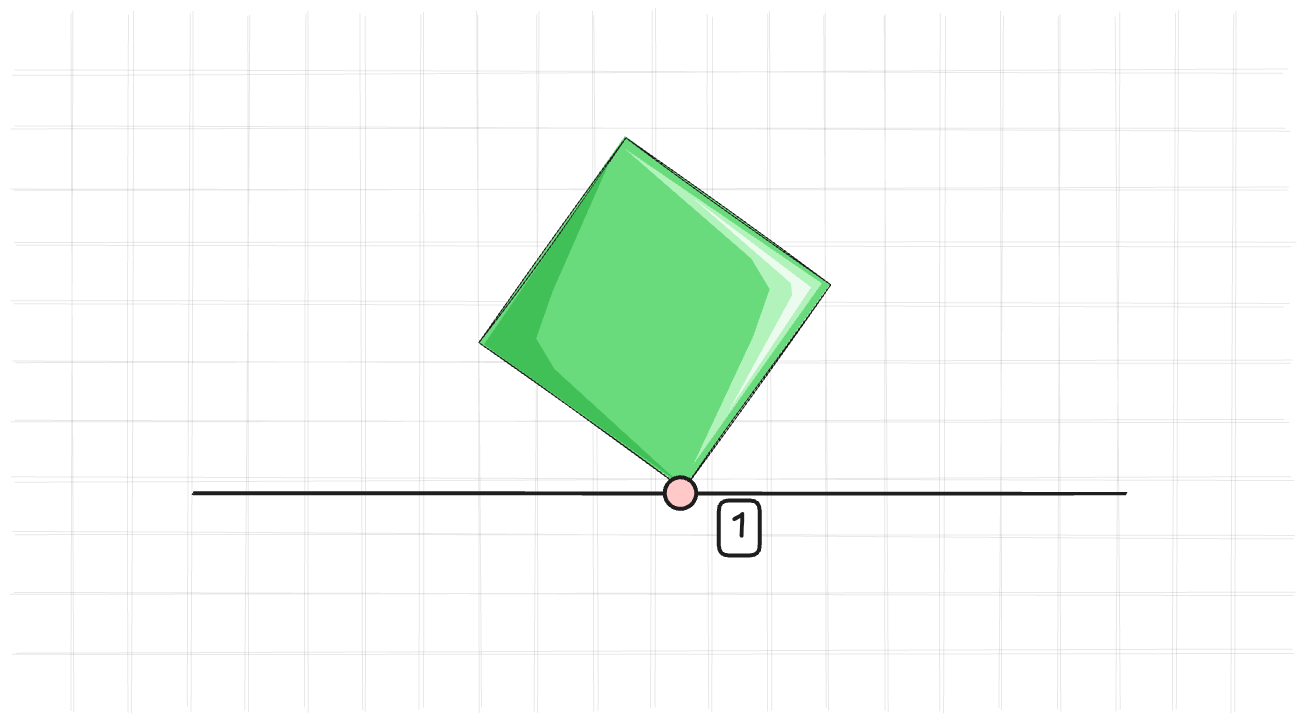
Earlier version of the Excalidraw export assets/images/constraints/sequential_impulses/cube_on_ground_1.excalidraw.png (kozakromch/game_physics_2). Source tidied: one line per element, renumbered; positions are measured from the earlier drawing's top-left corner, leaving out a move shared by most shapes. Its diagram source:
```json
{"id": 0, "type": "line", "strokeColor": "#1e1e1e", "strokeWidth": 1, "roughness": 2, "opacity": 10, "round": true, "x": 290, "y": 0, "width": 1272, "height": 0, "points": [[0, 0], [1272, 0]]}
{"id": 1, "type": "line", "strokeColor": "#1e1e1e", "strokeWidth": 1, "roughness": 2, "opacity": 10, "round": true, "x": 290, "y": 349, "width": 1272, "height": 0, "points": [[0, 0], [1272, 0]]}
{"id": 2, "type": "line", "strokeColor": "#1e1e1e", "strokeWidth": 1, "roughness": 2, "opacity": 10, "round": true, "x": 290, "y": 58, "width": 1275, "height": 0, "points": [[0, 0], [1275, 0]]}
{"id": 3, "type": "line", "strokeColor": "#1e1e1e", "strokeWidth": 1, "roughness": 2, "opacity": 10, "round": true, "x": 290, "y": 407, "width": 1280, "height": 0, "points": [[0, 0], [1280, 0]]}
{"id": 4, "type": "line", "strokeColor": "#1e1e1e", "strokeWidth": 1, "roughness": 2, "opacity": 10, "round": true, "x": 290, "y": 117, "width": 1273, "height": 0, "points": [[0, 0], [1273, 0]]}
{"id": 5, "type": "line", "strokeColor": "#1e1e1e", "strokeWidth": 1, "roughness": 2, "opacity": 10, "round": true, "x": 290, "y": 464, "width": 1278, "height": 0, "points": [[0, 0], [1278, 0]]}
{"id": 6, "type": "line", "strokeColor": "#1e1e1e", "strokeWidth": 1, "roughness": 2, "opacity": 10, "round": true, "x": 290, "y": 174, "width": 1280, "height": 0, "points": [[0, 0], [1280, 0]]}
{"id": 7, "type": "line", "strokeColor": "#1e1e1e", "strokeWidth": 1, "roughness": 2, "opacity": 10, "round": true, "x": 289, "y": 522, "width": 1282, "height": 0, "points": [[0, 0], [1282, 0]]}
{"id": 8, "type": "line", "strokeColor": "#1e1e1e", "strokeWidth": 1, "roughness": 2, "opacity": 10, "round": true, "x": 290, "y": 233, "width": 1271, "height": 0, "points": [[0, 0], [1271, 0]]}
{"id": 9, "type": "line", "strokeColor": "#1e1e1e", "strokeWidth": 1, "roughness": 2, "opacity": 10, "round": true, "x": 290, "y": 580, "width": 1279, "height": 0, "points": [[0, 0], [1279, 0]]}
{"id": 10, "type": "line", "strokeColor": "#1e1e1e", "strokeWidth": 1, "roughness": 2, "opacity": 10, "round": true, "x": 291, "y": 290, "width": 1277, "height": 0, "points": [[0, 0], [1277, 0]]}
{"id": 11, "type": "line", "strokeColor": "#1e1e1e", "angle": 1.57, "strokeWidth": 1, "roughness": 2, "opacity": 10, "round": true, "x": 581, "y": 288, "width": 696, "height": 0, "points": [[0, 0], [696, 0]]}
{"id": 12, "type": "line", "strokeColor": "#1e1e1e", "angle": 1.57, "strokeWidth": 1, "roughness": 2, "opacity": 10, "round": true, "x": 233, "y": 290, "width": 696, "height": 0, "points": [[0, 0], [696, 0]]}
{"id": 13, "type": "line", "strokeColor": "#1e1e1e", "angle": 1.57, "strokeWidth": 1, "roughness": 2, "opacity": 10, "round": true, "x": 523, "y": 290, "width": 697, "height": 0, "points": [[0, 0], [697, 0]]}
{"id": 14, "type": "line", "strokeColor": "#1e1e1e", "angle": 1.57, "strokeWidth": 1, "roughness": 2, "opacity": 10, "round": true, "x": 174, "y": 290, "width": 697, "height": 0, "points": [[0, 0], [697, 0]]}
{"id": 15, "type": "line", "strokeColor": "#1e1e1e", "angle": 1.57, "strokeWidth": 1, "roughness": 2, "opacity": 10, "round": true, "x": 465, "y": 290, "width": 697, "height": 0, "points": [[0, 0], [697, 0]]}
{"id": 16, "type": "line", "strokeColor": "#1e1e1e", "angle": 1.57, "strokeWidth": 1, "roughness": 2, "opacity": 10, "round": true, "x": 116, "y": 290, "width": 697, "height": 0, "points": [[0, 0], [697, 0]]}
{"id": 17, "type": "line", "strokeColor": "#1e1e1e", "angle": 1.57, "strokeWidth": 1, "roughness": 2, "opacity": 10, "round": true, "x": 406, "y": 290, "width": 697, "height": 0, "points": [[0, 0], [697, 0]]}
{"id": 18, "type": "line", "strokeColor": "#1e1e1e", "angle": 1.57, "strokeWidth": 1, "roughness": 2, "opacity": 10, "round": true, "x": 58, "y": 290, "width": 697, "height": 0, "points": [[0, 0], [697, 0]]}
{"id": 19, "type": "line", "strokeColor": "#1e1e1e", "angle": 1.57, "strokeWidth": 1, "roughness": 2, "opacity": 10, "round": true, "x": 349, "y": 290, "width": 697, "height": 0, "points": [[0, 0], [697, 0]]}
{"id": 20, "type": "line", "strokeColor": "#1e1e1e", "angle": 1.57, "strokeWidth": 1, "roughness": 2, "opacity": 10, "round": true, "x": 0, "y": 290, "width": 697, "height": 0, "points": [[0, 0], [697, 0]]}
{"id": 21, "type": "line", "strokeColor": "#1e1e1e", "angle": 1.57, "strokeWidth": 1, "roughness": 2, "opacity": 10, "round": true, "x": 290, "y": 290, "width": 696, "height": 0, "points": [[0, 0], [696, 0]]}
{"id": 22, "type": "line", "strokeColor": "#1e1e1e", "angle": 1.57, "strokeWidth": 1, "roughness": 2, "opacity": 10, "round": true, "x": 639, "y": 290, "width": 697, "height": 0, "points": [[0, 0], [697, 0]]}
{"id": 23, "type": "line", "strokeColor": "#1e1e1e", "angle": 1.57, "strokeWidth": 1, "roughness": 2, "opacity": 10, "round": true, "x": 929, "y": 290, "width": 696, "height": 0, "points": [[0, 0], [696, 0]]}
{"id": 24, "type": "line", "strokeColor": "#1e1e1e", "angle": 1.57, "strokeWidth": 1, "roughness": 2, "opacity": 10, "round": true, "x": 871, "y": 290, "width": 697, "height": 0, "points": [[0, 0], [697, 0]]}
{"id": 25, "type": "line", "strokeColor": "#1e1e1e", "angle": 1.57, "strokeWidth": 1, "roughness": 2, "opacity": 10, "round": true, "x": 1161, "y": 290, "width": 697, "height": 0, "points": [[0, 0], [697, 0]]}
{"id": 26, "type": "line", "strokeColor": "#1e1e1e", "angle": 1.57, "strokeWidth": 1, "roughness": 2, "opacity": 10, "round": true, "x": 813, "y": 291, "width": 697, "height": 0, "points": [[0, 0], [697, 0]]}
{"id": 27, "type": "line", "strokeColor": "#1e1e1e", "angle": 1.57, "strokeWidth": 1, "roughness": 2, "opacity": 10, "round": true, "x": 1103, "y": 290, "width": 697, "height": 0, "points": [[0, 0], [697, 0]]}
{"id": 28, "type": "line", "strokeColor": "#1e1e1e", "angle": 1.57, "strokeWidth": 1, "roughness": 2, "opacity": 10, "round": true, "x": 755, "y": 290, "width": 697, "height": 0, "points": [[0, 0], [697, 0]]}
{"id": 29, "type": "line", "strokeColor": "#1e1e1e", "angle": 1.57, "strokeWidth": 1, "roughness": 2, "opacity": 10, "round": true, "x": 1045, "y": 291, "width": 697, "height": 0, "points": [[0, 0], [697, 0]]}
{"id": 30, "type": "line", "strokeColor": "#1e1e1e", "angle": 1.57, "strokeWidth": 1, "roughness": 2, "opacity": 10, "round": true, "x": 697, "y": 290, "width": 697, "height": 0, "points": [[0, 0], [697, 0]]}
{"id": 31, "type": "line", "strokeColor": "#1e1e1e", "angle": 1.57, "strokeWidth": 1, "roughness": 2, "opacity": 10, "round": true, "x": 987, "y": 290, "width": 696, "height": 0, "points": [[0, 0], [696, 0]]}
{"id": 32, "type": "line", "strokeColor": "#1e1e1e", "strokeWidth": 2, "roughness": 1, "round": true, "x": 470, "y": 422, "width": 933, "height": 0, "points": [[0, 0], [933, 0]]}
{"id": 33, "type": "rectangle", "strokeColor": "#1e1e1e", "angle": 0.62, "backgroundColor": "#69db7c", "fillStyle": "solid", "strokeWidth": 1, "roughness": 1, "x": 805, "y": 116, "width": 252, "height": 252}
{"id": 34, "type": "rectangle", "strokeColor": "#1e1e1e", "backgroundColor": "#ffffff", "fillStyle": "solid", "strokeWidth": 4, "roughness": 0, "round": true, "x": 995, "y": 429, "width": 41, "height": 55}
{"id": 35, "type": "text", "text": "1", "strokeColor": "#1e1e1e", "backgroundColor": "#ffffff", "fillStyle": "solid", "strokeWidth": 4, "roughness": 0, "fontSize": 36, "fontFamily": 5, "textAlign": "center", "verticalAlign": "middle", "inside": 34, "x": 1008, "y": 434, "width": 15, "height": 45}
{"id": 36, "type": "line", "strokeColor": "transparent", "angle": 0.61, "backgroundColor": "#b2f2bb", "fillStyle": "solid", "strokeWidth": 4, "roughness": 0, "x": 817, "y": 126, "width": 240, "height": 222, "points": [[0, 0], [240, -2], [238, 220], [214, 81], [200, 32], [168, 18], [0, 0]]}
{"id": 37, "type": "line", "strokeColor": "transparent", "angle": 3.75, "backgroundColor": "#40c057", "fillStyle": "solid", "strokeWidth": 4, "roughness": 0, "x": 800, "y": 139, "width": 242, "height": 224, "points": [[0, 0], [241, 2], [242, 224], [215, 85], [201, 37], [169, 22], [0, 0]]}
{"id": 38, "type": "line", "strokeColor": "transparent", "angle": 0.61, "backgroundColor": "#ebfbee", "fillStyle": "solid", "strokeWidth": 4, "roughness": 0, "x": 910, "y": 155, "width": 153, "height": 154, "points": [[0, 0], [150, 6], [153, 154], [139, 23], [131, 14], [0, 0]]}
{"id": 39, "type": "ellipse", "strokeColor": "#1e1e1e", "backgroundColor": "#ffc9c9", "fillStyle": "solid", "strokeWidth": 4, "roughness": 0, "x": 941, "y": 406, "width": 32, "height": 32}
```
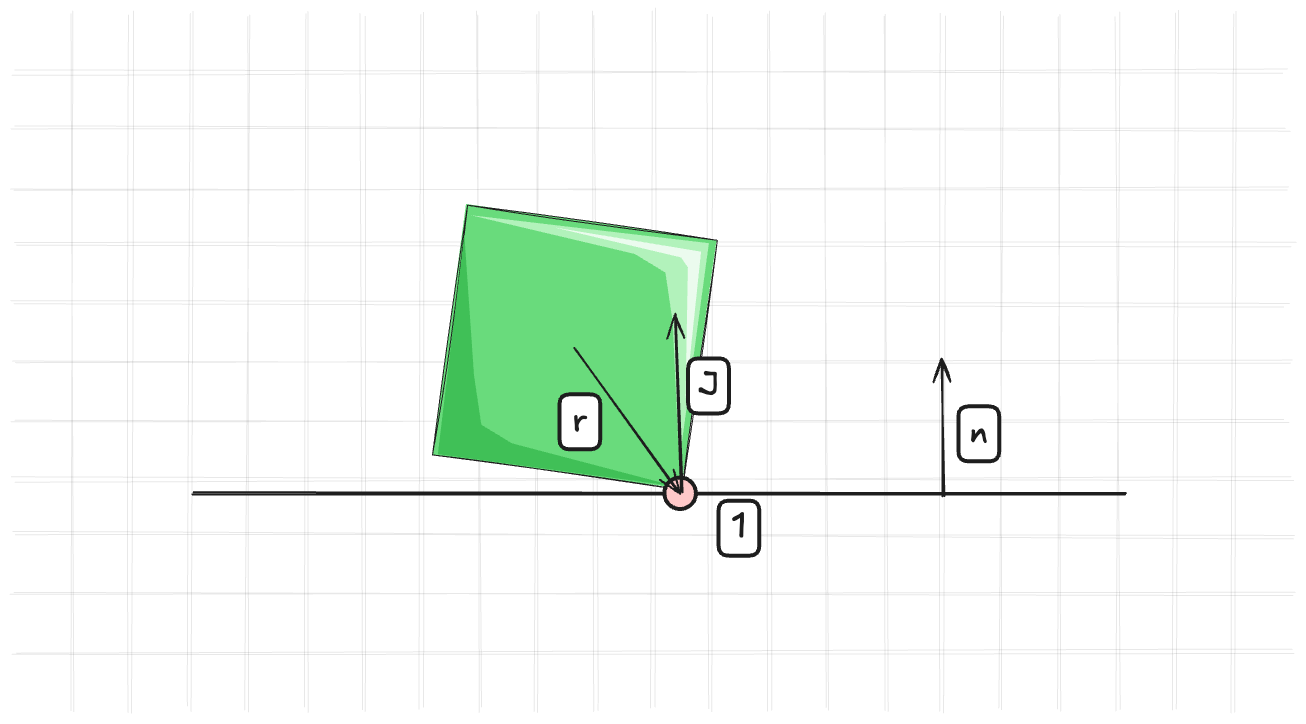
Above is the later version.

What changed in the source:
```diff
@@ -10,10 +10,10 @@
 {"id": 9, "type": "line", "strokeColor": "#1e1e1e", "strokeWidth": 1, "roughness": 2, "opacity": 10, "round": true, "x": 290, "y": 580, "width": 1279, "height": 0, "points": [[0, 0], [1279, 0]]}
 {"id": 10, "type": "line", "strokeColor": "#1e1e1e", "strokeWidth": 1, "roughness": 2, "opacity": 10, "round": true, "x": 291, "y": 290, "width": 1277, "height": 0, "points": [[0, 0], [1277, 0]]}
 {"id": 11, "type": "line", "strokeColor": "#1e1e1e", "angle": 1.57, "strokeWidth": 1, "roughness": 2, "opacity": 10, "round": true, "x": 581, "y": 288, "width": 696, "height": 0, "points": [[0, 0], [696, 0]]}
-{"id": 12, "type": "line", "strokeColor": "#1e1e1e", "angle": 1.57, "strokeWidth": 1, "roughness": 2, "opacity": 10, "round": true, "x": 233, "y": 290, "width": 696, "height": 0, "points": [[0, 0], [696, 0]]}
+{"id": 12, "type": "line", "strokeColor": "#1e1e1e", "angle": 1.57, "strokeWidth": 1, "roughness": 2, "opacity": 10, "round": true, "x": 232, "y": 290, "width": 696, "height": 0, "points": [[0, 0], [696, 0]]}
 {"id": 13, "type": "line", "strokeColor": "#1e1e1e", "angle": 1.57, "strokeWidth": 1, "roughness": 2, "opacity": 10, "round": true, "x": 523, "y": 290, "width": 697, "height": 0, "points": [[0, 0], [697, 0]]}
 {"id": 14, "type": "line", "strokeColor": "#1e1e1e", "angle": 1.57, "strokeWidth": 1, "roughness": 2, "opacity": 10, "round": true, "x": 174, "y": 290, "width": 697, "height": 0, "points": [[0, 0], [697, 0]]}
-{"id": 15, "type": "line", "strokeColor": "#1e1e1e", "angle": 1.57, "strokeWidth": 1, "roughness": 2, "opacity": 10, "round": true, "x": 465, "y": 290, "width": 697, "height": 0, "points": [[0, 0], [697, 0]]}
+{"id": 15, "type": "line", "strokeColor": "#1e1e1e", "angle": 1.57, "strokeWidth": 1, "roughness": 2, "opacity": 10, "round": true, "x": 464, "y": 290, "width": 697, "height": 0, "points": [[0, 0], [697, 0]]}
 {"id": 16, "type": "line", "strokeColor": "#1e1e1e", "angle": 1.57, "strokeWidth": 1, "roughness": 2, "opacity": 10, "round": true, "x": 116, "y": 290, "width": 697, "height": 0, "points": [[0, 0], [697, 0]]}
 {"id": 17, "type": "line", "strokeColor": "#1e1e1e", "angle": 1.57, "strokeWidth": 1, "roughness": 2, "opacity": 10, "round": true, "x": 406, "y": 290, "width": 697, "height": 0, "points": [[0, 0], [697, 0]]}
 {"id": 18, "type": "line", "strokeColor": "#1e1e1e", "angle": 1.57, "strokeWidth": 1, "roughness": 2, "opacity": 10, "round": true, "x": 58, "y": 290, "width": 697, "height": 0, "points": [[0, 0], [697, 0]]}
@@ -31,10 +31,17 @@
 {"id": 30, "type": "line", "strokeColor": "#1e1e1e", "angle": 1.57, "strokeWidth": 1, "roughness": 2, "opacity": 10, "round": true, "x": 697, "y": 290, "width": 697, "height": 0, "points": [[0, 0], [697, 0]]}
 {"id": 31, "type": "line", "strokeColor": "#1e1e1e", "angle": 1.57, "strokeWidth": 1, "roughness": 2, "opacity": 10, "round": true, "x": 987, "y": 290, "width": 696, "height": 0, "points": [[0, 0], [696, 0]]}
 {"id": 32, "type": "line", "strokeColor": "#1e1e1e", "strokeWidth": 2, "roughness": 1, "round": true, "x": 470, "y": 422, "width": 933, "height": 0, "points": [[0, 0], [933, 0]]}
-{"id": 33, "type": "rectangle", "strokeColor": "#1e1e1e", "angle": 0.62, "backgroundColor": "#69db7c", "fillStyle": "solid", "strokeWidth": 1, "roughness": 1, "x": 805, "y": 116, "width": 252, "height": 252}
+{"id": 33, "type": "rectangle", "strokeColor": "#1e1e1e", "angle": 0.14, "backgroundColor": "#69db7c", "fillStyle": "solid", "strokeWidth": 1, "roughness": 1, "x": 725, "y": 150, "width": 252, "height": 252}
-{"id": 34, "type": "rectangle", "strokeColor": "#1e1e1e", "backgroundColor": "#ffffff", "fillStyle": "solid", "strokeWidth": 4, "roughness": 0, "round": true, "x": 995, "y": 429, "width": 41, "height": 55}
-{"id": 35, "type": "text", "text": "1", "strokeColor": "#1e1e1e", "backgroundColor": "#ffffff", "fillStyle": "solid", "strokeWidth": 4, "roughness": 0, "fontSize": 36, "fontFamily": 5, "textAlign": "center", "verticalAlign": "middle", "inside": 34, "x": 1008, "y": 434, "width": 15, "height": 45}
-{"id": 36, "type": "line", "strokeColor": "transparent", "angle": 0.61, "backgroundColor": "#b2f2bb", "fillStyle": "solid", "strokeWidth": 4, "roughness": 0, "x": 817, "y": 126, "width": 240, "height": 222, "points": [[0, 0], [240, -2], [238, 220], [214, 81], [200, 32], [168, 18], [0, 0]]}
+{"id": 36, "type": "line", "strokeColor": "transparent", "angle": 0.13, "backgroundColor": "#b2f2bb", "fillStyle": "solid", "strokeWidth": 4, "roughness": 0, "x": 732, "y": 158, "width": 240, "height": 222, "points": [[0, 0], [240, -2], [238, 220], [214, 81], [200, 32], [168, 18], [0, 0]]}
-{"id": 37, "type": "line", "strokeColor": "transparent", "angle": 3.75, "backgroundColor": "#40c057", "fillStyle": "solid", "strokeWidth": 4, "roughness": 0, "x": 800, "y": 139, "width": 242, "height": 224, "points": [[0, 0], [241, 2], [242, 224], [215, 85], [201, 37], [169, 22], [0, 0]]}
+{"id": 37, "type": "line", "strokeColor": "transparent", "angle": 3.27, "backgroundColor": "#40c057", "fillStyle": "solid", "strokeWidth": 4, "roughness": 0, "x": 725, "y": 177, "width": 242, "height": 224, "points": [[0, 0], [241, 2], [242, 224], [215, 85], [201, 37], [169, 22], [0, 0]]}
-{"id": 38, "type": "line", "strokeColor": "transparent", "angle": 0.61, "backgroundColor": "#ebfbee", "fillStyle": "solid", "strokeWidth": 4, "roughness": 0, "x": 910, "y": 155, "width": 153, "height": 154, "points": [[0, 0], [150, 6], [153, 154], [139, 23], [131, 14], [0, 0]]}
+{"id": 38, "type": "line", "strokeColor": "transparent", "angle": 0.13, "backgroundColor": "#ebfbee", "fillStyle": "solid", "strokeWidth": 4, "roughness": 0, "x": 819, "y": 165, "width": 153, "height": 154, "points": [[0, 0], [150, 6], [153, 154], [139, 23], [131, 14], [0, 0]]}
 {"id": 39, "type": "ellipse", "strokeColor": "#1e1e1e", "backgroundColor": "#ffc9c9", "fillStyle": "solid", "strokeWidth": 4, "roughness": 0, "x": 941, "y": 406, "width": 32, "height": 32}
+{"id": 40, "type": "arrow", "strokeColor": "#1e1e1e", "strokeWidth": 2, "roughness": 1, "endArrowhead": "arrow", "round": true, "x": 1219, "y": 424, "width": 0, "height": 136, "points": [[0, 0], [0, -136]]}
+{"id": 41, "type": "rectangle", "strokeColor": "#1e1e1e", "backgroundColor": "#ffffff", "fillStyle": "solid", "strokeWidth": 4, "roughness": 0, "round": true, "x": 1235, "y": 335, "width": 41, "height": 55}
+{"id": 42, "type": "text", "text": "n", "strokeColor": "#1e1e1e", "backgroundColor": "#ffffff", "fillStyle": "solid", "strokeWidth": 4, "roughness": 0, "fontSize": 36, "fontFamily": 5, "textAlign": "center", "verticalAlign": "middle", "inside": 41, "x": 1246, "y": 340, "width": 19, "height": 45}
+{"id": 43, "type": "arrow", "strokeColor": "#1e1e1e", "strokeWidth": 2, "roughness": 1, "endArrowhead": "arrow", "round": true, "from": 39, "to": 33, "x": 959, "y": 420, "width": 8, "height": 178, "points": [[0, 0], [-8, -178]]}
+{"id": 44, "type": "rectangle", "strokeColor": "#1e1e1e", "backgroundColor": "#ffffff", "fillStyle": "solid", "strokeWidth": 4, "roughness": 0, "round": true, "x": 964, "y": 287, "width": 41, "height": 55}
+{"id": 45, "type": "text", "text": "J", "strokeColor": "#1e1e1e", "backgroundColor": "#ffffff", "fillStyle": "solid", "strokeWidth": 4, "roughness": 0, "fontSize": 36, "fontFamily": 5, "textAlign": "center", "verticalAlign": "middle", "inside": 44, "x": 975, "y": 292, "width": 20, "height": 45}
+{"id": 46, "type": "arrow", "strokeColor": "#1e1e1e", "strokeWidth": 2, "roughness": 1, "endArrowhead": "arrow", "round": true, "from": 33, "to": 39, "x": 851, "y": 278, "width": 104, "height": 143, "points": [[0, 0], [104, 143]]}
+{"id": 47, "type": "rectangle", "strokeColor": "#1e1e1e", "backgroundColor": "#ffffff", "fillStyle": "solid", "strokeWidth": 4, "roughness": 0, "round": true, "x": 836, "y": 323, "width": 41, "height": 55}
+{"id": 48, "type": "text", "text": "r", "strokeColor": "#1e1e1e", "backgroundColor": "#ffffff", "fillStyle": "solid", "strokeWidth": 4, "roughness": 0, "fontSize": 36, "fontFamily": 5, "textAlign": "center", "verticalAlign": "middle", "inside": 47, "x": 849, "y": 328, "width": 15, "height": 45}
```
